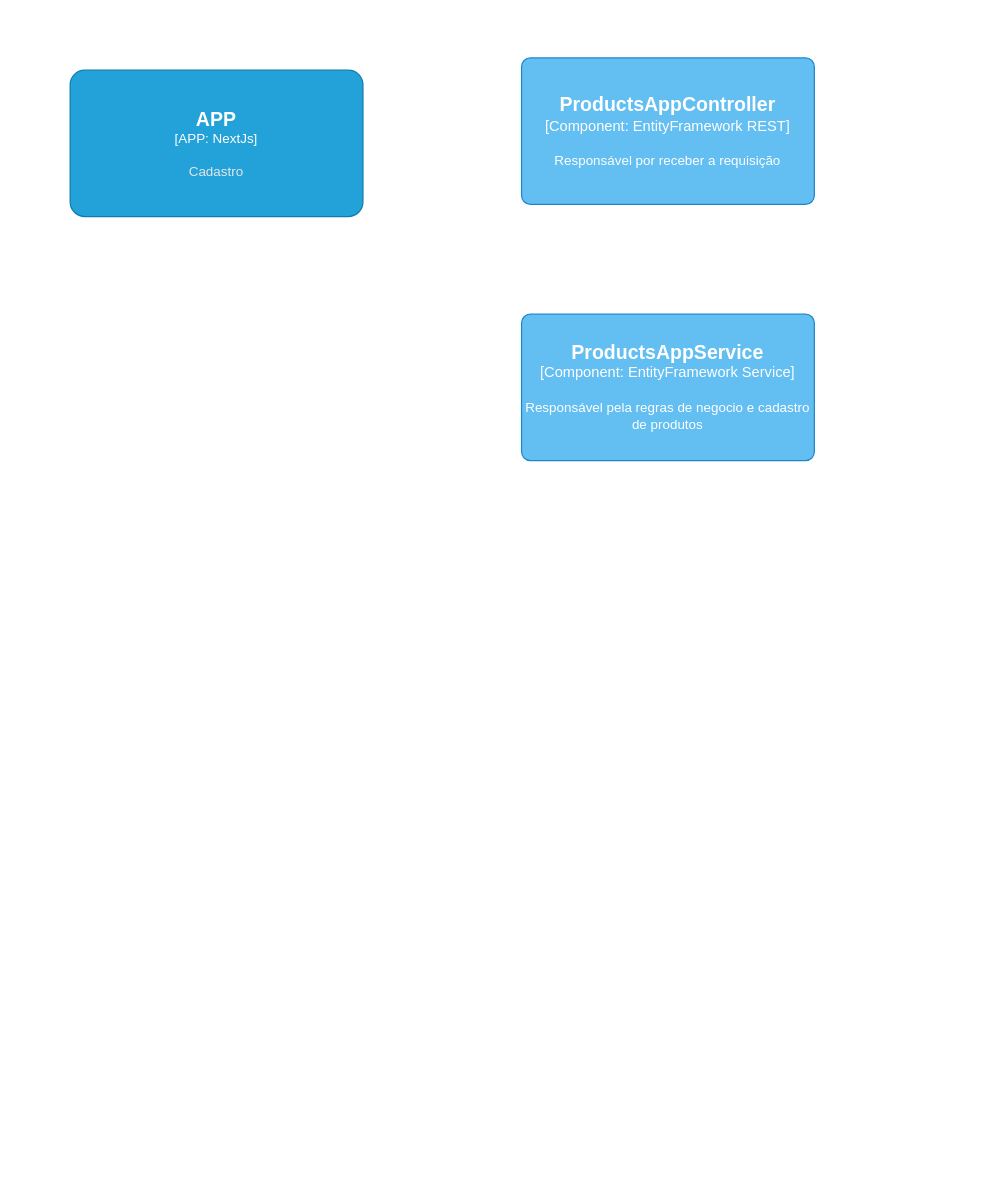
Earlier version of the draw.io diagram page "Component" (3 of 6) of API de estoque.drawio (Joaoof/Estoque). Source tidied: cells renumbered, new cells numbered last; positions are measured from the earlier drawing's top-left corner, leaving out a move shared by most shapes. Both pictures are drawn from the tidied source at 122%, with x=0, y=0 at pixel (70, 57).
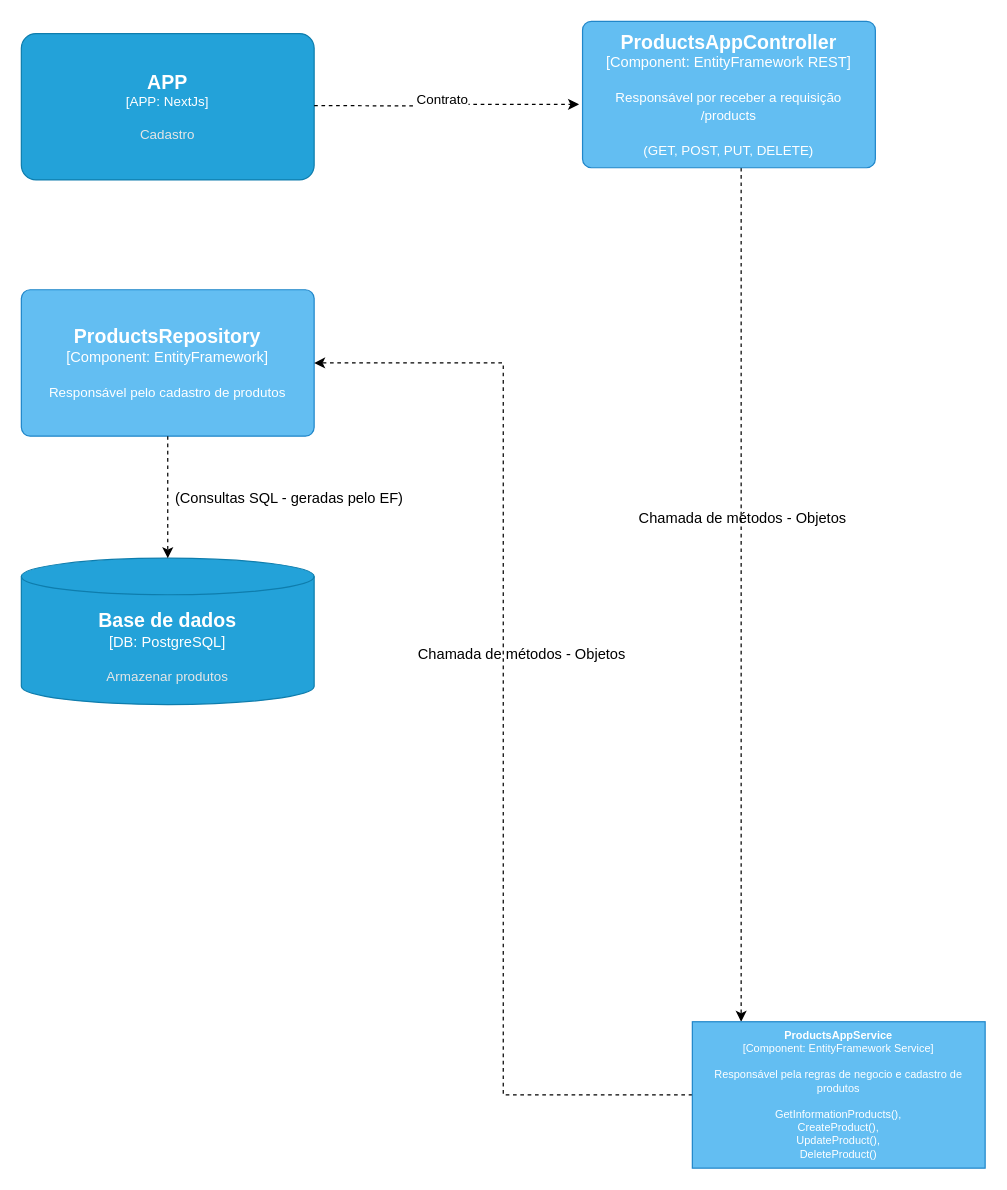
The same page after the edit.

The edit, as a diff of the source:
```diff
@@
     <object id="2" label="&lt;font style=&quot;font-size: 16px&quot;&gt;&lt;b&gt;%c4Name%&lt;/b&gt;&lt;/font&gt;&lt;div&gt;[%c4Type%: %c4Technology%]&lt;/div&gt;&lt;br&gt;&lt;div&gt;&lt;font style=&quot;font-size: 11px&quot;&gt;&lt;font color=&quot;#E6E6E6&quot;&gt;%c4Description%&lt;/font&gt;&lt;/div&gt;" c4Description="Cadastro" c4Name="APP" c4Technology="NextJs" c4Type="APP" placeholders="1">
       <mxCell style="rounded=1;whiteSpace=wrap;html=1;fontSize=11;labelBackgroundColor=none;fillColor=#23A2D9;fontColor=#ffffff;align=center;arcSize=10;strokeColor=#0E7DAD;" parent="1" vertex="1">
-        <mxGeometry y="10" width="240" height="120" as="geometry" />
+        <mxGeometry x="-40" y="-20" width="240" height="120" as="geometry" />
       </mxCell>
     </object>
+    <mxCell id="5" style="edgeStyle=orthogonalEdgeStyle;rounded=0;jettySize=auto;html=1;dashed=1;" parent="1" edge="1" source="4" target="3">
+      <mxGeometry relative="1" as="geometry">
+        <Array as="points">
+          <mxPoint x="550" y="200" />
+          <mxPoint x="550" y="200" />
+        </Array>
+      </mxGeometry>
+    </mxCell>
+    <mxCell id="6" value="&lt;font color=&quot;#000000&quot;&gt;Chamada de métodos - Objetos&lt;/font&gt;" style="edgeLabel;html=1;align=center;verticalAlign=middle;rounded=1;strokeColor=#2086C9;spacingLeft=0;arcSize=6;fontFamily=Helvetica;fontSize=12;fontColor=#ffffff;labelBackgroundColor=none;fillColor=#63BEF2;" parent="5" vertex="1">
+      <mxGeometry x="-0.18" y="1" relative="1" as="geometry">
+        <mxPoint x="-1" as="offset" />
+      </mxGeometry>
+    </mxCell>
+    <object id="4" label="&lt;font style=&quot;font-size: 16px&quot;&gt;&lt;b&gt;%c4Name%&lt;/b&gt;&lt;/font&gt;&lt;div&gt;[%c4Type%: %c4Technology%]&lt;/div&gt;&lt;br&gt;&lt;div&gt;&lt;font style=&quot;font-size: 11px&quot;&gt;%c4Description%&lt;/font&gt;&lt;/div&gt;" c4Description="Responsável por receber a requisição &#10;/products&#10;&#10;(GET, POST, PUT, DELETE)" c4Name="ProductsAppController" c4Technology="EntityFramework REST" c4Type="Component" placeholders="1">
+      <mxCell style="rounded=1;whiteSpace=wrap;html=1;labelBackgroundColor=none;fillColor=#63BEF2;fontColor=#ffffff;align=center;arcSize=6;strokeColor=#2086C9;points=[[0.25,0,0],[0.5,0,0],[0.75,0,0],[1,0.25,0],[1,0.5,0],[1,0.75,0],[0.75,1,0],[0.5,1,0],[0.25,1,0],[0,0.75,0],[0,0.5,0],[0,0.25,0]];" parent="1" vertex="1">
+        <mxGeometry x="420" y="-30" width="240" height="120" as="geometry" />
+      </mxCell>
+    </object>
+    <object id="7" label="&lt;font style=&quot;font-size: 16px&quot;&gt;&lt;b&gt;%c4Name%&lt;/b&gt;&lt;/font&gt;&lt;div&gt;[%c4Type%: %c4Technology%]&lt;/div&gt;&lt;br&gt;&lt;div&gt;&lt;font style=&quot;font-size: 11px&quot;&gt;%c4Description%&lt;/font&gt;&lt;/div&gt;" c4Description="Responsável pelo cadastro de produtos" c4Name="ProductsRepository" c4Technology="EntityFramework" c4Type="Component" placeholders="1">
+      <mxCell style="rounded=1;whiteSpace=wrap;html=1;labelBackgroundColor=none;fillColor=#63BEF2;fontColor=#ffffff;align=center;arcSize=6;strokeColor=#2086C9;points=[[0.25,0,0],[0.5,0,0],[0.75,0,0],[1,0.25,0],[1,0.5,0],[1,0.75,0],[0.75,1,0],[0.5,1,0],[0.25,1,0],[0,0.75,0],[0,0.5,0],[0,0.25,0]];" parent="1" vertex="1">
+        <mxGeometry x="-40" y="190" width="240" height="120" as="geometry" />
+      </mxCell>
+    </object>
+    <mxCell id="8" style="edgeStyle=orthogonalEdgeStyle;rounded=0;jettySize=auto;html=1;entryX=-0.012;entryY=0.567;entryDx=0;entryDy=0;entryPerimeter=0;dashed=1;" parent="1" edge="1" target="4">
+      <mxGeometry relative="1" as="geometry">
+        <mxPoint x="200" y="39" as="sourcePoint" />
+      </mxGeometry>
+    </mxCell>
+    <mxCell id="9" value="Contrato&lt;div&gt;&lt;br&gt;&lt;/div&gt;" style="edgeLabel;html=1;align=center;verticalAlign=middle;" parent="8" vertex="1">
+      <mxGeometry x="0.01" y="-2" relative="1" as="geometry">
+        <mxPoint x="-5" y="-1" as="offset" />
+      </mxGeometry>
+    </mxCell>
+    <mxCell id="10" style="edgeStyle=orthogonalEdgeStyle;rounded=0;jettySize=auto;html=1;entryX=1;entryY=0.5;entryDx=0;entryDy=0;entryPerimeter=0;dashed=1;strokeColor=#000000;" parent="1" edge="1" source="3" target="7">
+      <mxGeometry relative="1" as="geometry" />
+    </mxCell>
+    <mxCell id="11" value="Chamada de métodos - Objetos&lt;div&gt;&amp;nbsp;&lt;/div&gt;" style="edgeLabel;html=1;align=center;verticalAlign=middle;rounded=1;strokeColor=#2086C9;spacingLeft=0;arcSize=6;fontFamily=Helvetica;fontSize=12;fontColor=default;labelBackgroundColor=none;fillColor=#63BEF2;" parent="10" vertex="1">
+      <mxGeometry x="0.13" y="-4" relative="1" as="geometry">
+        <mxPoint x="10" y="4" as="offset" />
+      </mxGeometry>
+    </mxCell>
+    <mxCell id="12" style="edgeLabel;html=1;align=center;verticalAlign=middle;rounded=1;strokeColor=#2086C9;spacingLeft=0;arcSize=6;fontFamily=Helvetica;fontSize=12;fontColor=#ffffff;labelBackgroundColor=none;fillColor=#63BEF2;" parent="10" vertex="1">
+      <mxGeometry x="-0.48" y="-6" relative="1" as="geometry" />
+    </mxCell>
+    <object id="13" label="&lt;font style=&quot;font-size: 16px&quot;&gt;&lt;b&gt;%c4Name%&lt;/b&gt;&lt;/font&gt;&lt;div&gt;[%c4Type%:&amp;nbsp;%c4Technology%]&lt;/div&gt;&lt;br&gt;&lt;div&gt;&lt;font style=&quot;font-size: 11px&quot;&gt;&lt;font color=&quot;#E6E6E6&quot;&gt;%c4Description%&lt;/font&gt;&lt;/div&gt;" c4Description="Armazenar produtos" c4Name="Base de dados" c4Technology="PostgreSQL" c4Type="DB" placeholders="1">
+      <mxCell style="shape=cylinder3;size=15;whiteSpace=wrap;html=1;boundedLbl=1;rounded=0;labelBackgroundColor=none;fillColor=#23A2D9;fontSize=12;fontColor=#ffffff;align=center;strokeColor=#0E7DAD;points=[[0.5,0,0],[1,0.25,0],[1,0.5,0],[1,0.75,0],[0.5,1,0],[0,0.75,0],[0,0.5,0],[0,0.25,0]];" parent="1" vertex="1">
+        <mxGeometry x="-40" y="410" width="240" height="120" as="geometry" />
+      </mxCell>
+    </object>
+    <mxCell id="14" style="edgeStyle=orthogonalEdgeStyle;rounded=0;jettySize=auto;html=1;exitX=0.5;exitY=1;exitDx=0;exitDy=0;exitPerimeter=0;entryX=0.5;entryY=0;entryDx=0;entryDy=0;entryPerimeter=0;dashed=1;" parent="1" edge="1" source="7" target="13">
+      <mxGeometry relative="1" as="geometry" />
+    </mxCell>
+    <mxCell id="15" value="(Consultas SQL - geradas pelo EF)&amp;nbsp;" style="edgeLabel;html=1;align=center;verticalAlign=middle;rounded=1;strokeColor=#2086C9;spacingLeft=0;arcSize=6;fontFamily=Helvetica;fontSize=12;fontColor=default;labelBackgroundColor=none;fillColor=#63BEF2;" parent="14" vertex="1">
+      <mxGeometry x="-0.16" y="3" relative="1" as="geometry">
+        <mxPoint x="97" y="8" as="offset" />
+      </mxGeometry>
+    </mxCell>
-    <object id="3" label="&lt;font style=&quot;font-size: 16px&quot;&gt;&lt;b&gt;%c4Name%&lt;/b&gt;&lt;/font&gt;&lt;div&gt;[%c4Type%: %c4Technology%]&lt;/div&gt;&lt;br&gt;&lt;div&gt;&lt;font style=&quot;font-size: 11px&quot;&gt;%c4Description%&lt;/font&gt;&lt;/div&gt;" c4Description="Responsável pela regras de negocio e cadastro de produtos " c4Name="ProductsAppService" c4Technology="EntityFramework Service" c4Type="Component" placeholders="1">
-      <mxCell style="rounded=1;whiteSpace=wrap;html=1;labelBackgroundColor=none;fillColor=#63BEF2;fontColor=#ffffff;align=center;arcSize=6;strokeColor=#2086C9;points=[[0.25,0,0],[0.5,0,0],[0.75,0,0],[1,0.25,0],[1,0.5,0],[1,0.75,0],[0.75,1,0],[0.5,1,0],[0.25,1,0],[0,0.75,0],[0,0.5,0],[0,0.25,0]];" parent="1" vertex="1">
-        <mxGeometry x="370" y="210" width="240" height="120" as="geometry" />
+    <object id="3" label="&lt;font style=&quot;font-size: 9px;&quot;&gt;&lt;b style=&quot;font-size: 9px;&quot;&gt;%c4Name%&lt;/b&gt;&lt;/font&gt;&lt;div style=&quot;font-size: 9px;&quot;&gt;[%c4Type%: %c4Technology%]&lt;/div&gt;&lt;br style=&quot;font-size: 9px;&quot;&gt;&lt;div style=&quot;font-size: 9px;&quot;&gt;&lt;font style=&quot;font-size: 9px;&quot;&gt;%c4Description%&lt;/font&gt;&lt;/div&gt; " c4Description="Responsável pela regras de negocio e cadastro de produtos &#10;&#10;GetInformationProducts(),&#10;CreateProduct(), &#10;UpdateProduct(),&#10;DeleteProduct()" c4Name="ProductsAppService" c4Technology="EntityFramework Service" c4Type="Component" placeholders="1">
+      <mxCell style="rounded=1;whiteSpace=wrap;html=1;labelBackgroundColor=none;fillColor=#63BEF2;fontColor=#ffffff;align=center;arcSize=0;strokeColor=#2086C9;points=[[0.25,0,0],[0.5,0,0],[0.75,0,0],[1,0.25,0],[1,0.5,0],[1,0.75,0],[0.75,1,0],[0.5,1,0],[0.25,1,0],[0,0.75,0],[0,0.5,0],[0,0.25,0]];spacingLeft=0;fontSize=9;verticalAlign=middle;direction=east;rotation=0;glass=0;imageAspect=1;imageWidth=50;imageHeight=103;fillOpacity=100;fixDash=0;fixedWidth=0;" parent="1" vertex="1">
+        <mxGeometry x="540" y="790" width="240" height="120" relative="1" as="geometry">
+          <mxPoint x="510" y="790" as="offset" />
+        </mxGeometry>
       </mxCell>
     </object>
-    <object id="4" label="&lt;font style=&quot;font-size: 16px&quot;&gt;&lt;b&gt;%c4Name%&lt;/b&gt;&lt;/font&gt;&lt;div&gt;[%c4Type%: %c4Technology%]&lt;/div&gt;&lt;br&gt;&lt;div&gt;&lt;font style=&quot;font-size: 11px&quot;&gt;%c4Description%&lt;/font&gt;&lt;/div&gt;" c4Description="Responsável por receber a requisição " c4Name="ProductsAppController" c4Technology="EntityFramework REST" c4Type="Component" placeholders="1">
-      <mxCell style="rounded=1;whiteSpace=wrap;html=1;labelBackgroundColor=none;fillColor=#63BEF2;fontColor=#ffffff;align=center;arcSize=6;strokeColor=#2086C9;points=[[0.25,0,0],[0.5,0,0],[0.75,0,0],[1,0.25,0],[1,0.5,0],[1,0.75,0],[0.75,1,0],[0.5,1,0],[0.25,1,0],[0,0.75,0],[0,0.5,0],[0,0.25,0]];" parent="1" vertex="1">
-        <mxGeometry x="370" width="240" height="120" as="geometry" />
-      </mxCell>
-    </object>
```
